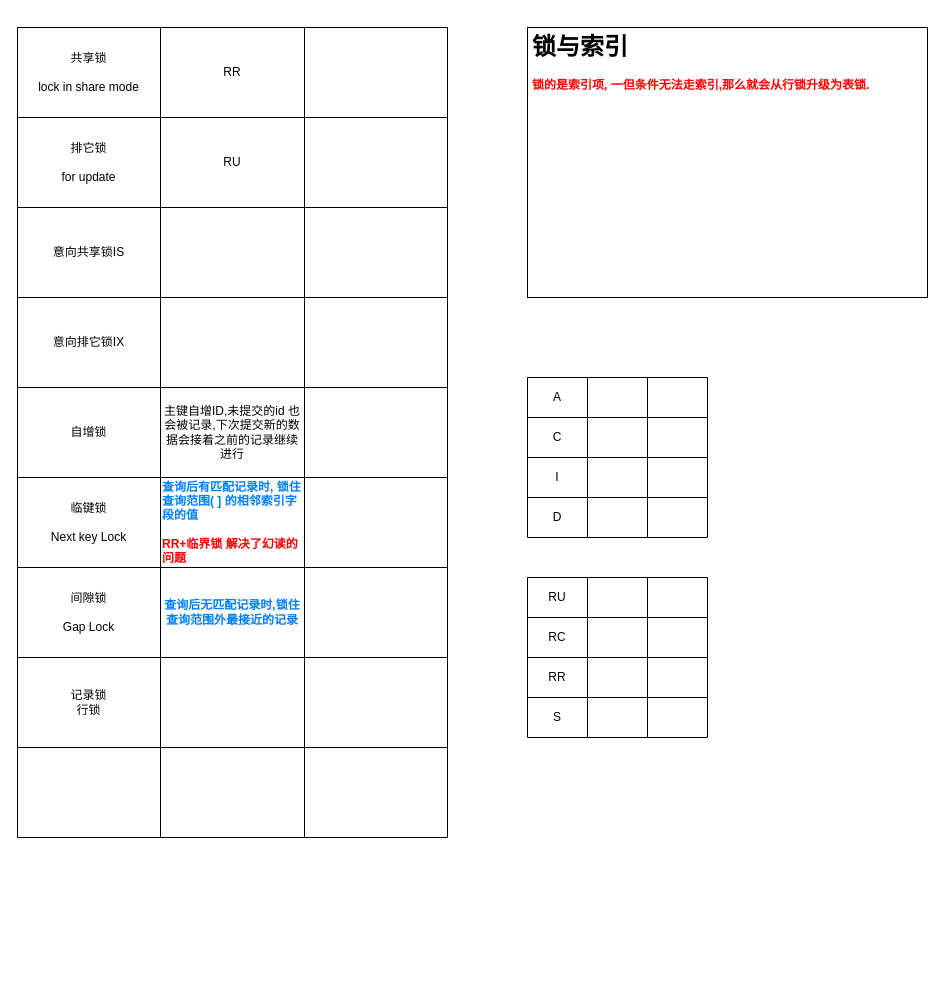
Before: page "事务与锁" (3 of 4) of Mysql.drawio in bayern01kahn/Tech_Diagrams, a draw.io diagram. Source tidied: cells renumbered, new cells numbered last; positions are measured from the earlier drawing's top-left corner, leaving out a move shared by most shapes. Both pictures are drawn from the tidied source at 100%, with x=0, y=0 at pixel (17, 27).
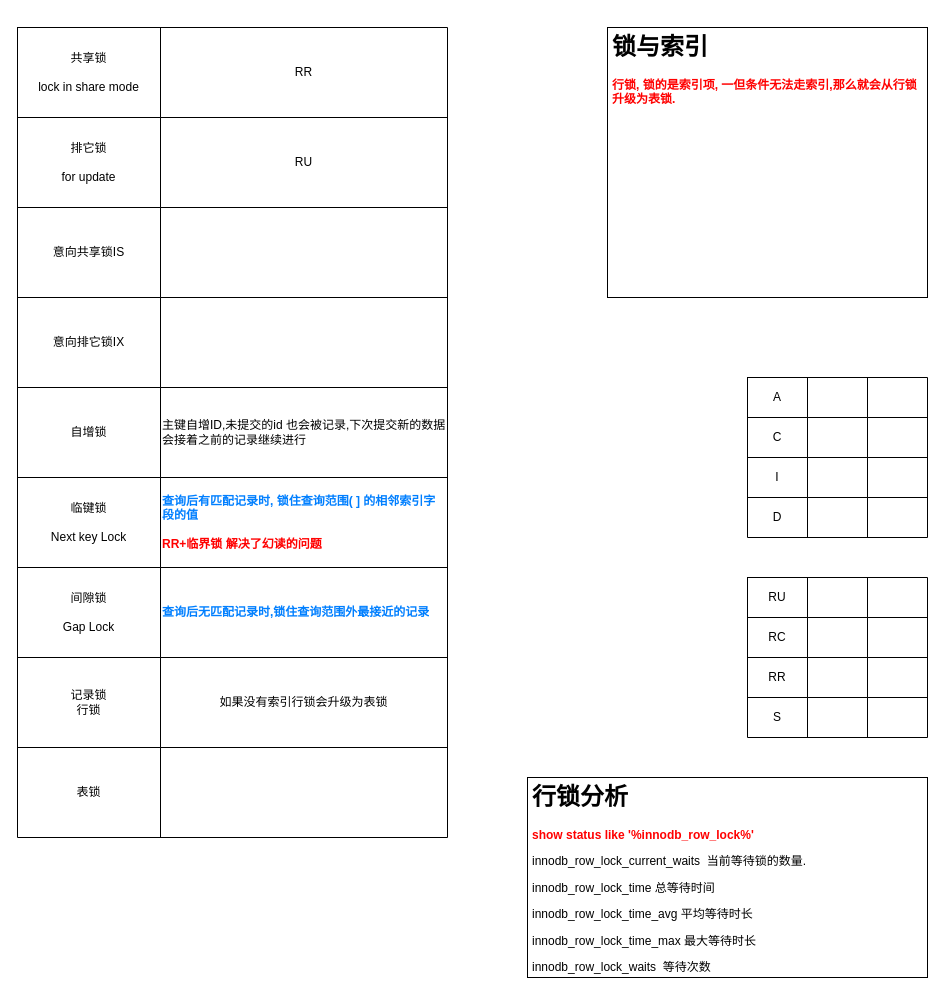
After the change.

Unchanged cells that the change refers to:
```xml
<mxCell id="3" style="shape=partialRectangle;html=1;whiteSpace=wrap;fillColor=none;top=0;left=0;bottom=0;right=0;" parent="2" vertex="1">
  <mxGeometry width="430" height="90" as="geometry" />
</mxCell>
<mxCell id="7" style="shape=partialRectangle;html=1;whiteSpace=wrap;fillColor=none;top=0;left=0;bottom=0;right=0;" parent="2" vertex="1">
  <mxGeometry y="90" width="430" height="90" as="geometry" />
</mxCell>
<mxCell id="11" style="shape=partialRectangle;html=1;whiteSpace=wrap;fillColor=none;top=0;left=0;bottom=0;right=0;" parent="2" vertex="1">
  <mxGeometry y="180" width="430" height="90" as="geometry" />
</mxCell>
<mxCell id="15" style="shape=partialRectangle;html=1;whiteSpace=wrap;fillColor=none;top=0;left=0;bottom=0;right=0;" parent="2" vertex="1">
  <mxGeometry y="270" width="430" height="90" as="geometry" />
</mxCell>
<mxCell id="19" style="shape=partialRectangle;html=1;whiteSpace=wrap;fillColor=none;top=0;left=0;bottom=0;right=0;" parent="2" vertex="1">
  <mxGeometry y="360" width="430" height="90" as="geometry" />
</mxCell>
<mxCell id="23" style="shape=partialRectangle;html=1;whiteSpace=wrap;fillColor=none;top=0;left=0;bottom=0;right=0;" parent="2" vertex="1">
  <mxGeometry y="450" width="430" height="90" as="geometry" />
</mxCell>
<mxCell id="27" style="shape=partialRectangle;html=1;whiteSpace=wrap;fillColor=none;top=0;left=0;bottom=0;right=0;" parent="2" vertex="1">
  <mxGeometry y="540" width="430" height="90" as="geometry" />
</mxCell>
<mxCell id="31" style="shape=partialRectangle;html=1;whiteSpace=wrap;fillColor=none;top=0;left=0;bottom=0;right=0;" parent="2" vertex="1">
  <mxGeometry y="630" width="430" height="90" as="geometry" />
</mxCell>
<mxCell id="35" style="shape=partialRectangle;html=1;whiteSpace=wrap;fillColor=none;top=0;left=0;bottom=0;right=0;" parent="2" vertex="1">
  <mxGeometry y="720" width="430" height="90" as="geometry" />
</mxCell>
```

What changed in the source:
```diff
@@
     <mxCell id="5" value="RR" style="shape=partialRectangle;html=1;whiteSpace=wrap;fillColor=none;top=0;left=0;bottom=0;right=0;overflow=hidden;" parent="3" vertex="1">
-      <mxGeometry x="143" width="144" height="90" as="geometry" />
+      <mxGeometry x="143" width="287" height="90" as="geometry" />
     </mxCell>
-    <mxCell id="6" style="shape=partialRectangle;html=1;whiteSpace=wrap;fillColor=none;top=0;left=0;bottom=0;right=0;overflow=hidden;" parent="3" vertex="1">
-      <mxGeometry x="287" width="143" height="90" as="geometry" />
-    </mxCell>
@@
     <mxCell id="9" value="RU" style="shape=partialRectangle;html=1;whiteSpace=wrap;fillColor=none;top=0;left=0;bottom=0;right=0;overflow=hidden;" parent="7" vertex="1">
-      <mxGeometry x="143" width="144" height="90" as="geometry" />
+      <mxGeometry x="143" width="287" height="90" as="geometry" />
     </mxCell>
-    <mxCell id="10" style="shape=partialRectangle;html=1;whiteSpace=wrap;fillColor=none;top=0;left=0;bottom=0;right=0;overflow=hidden;" parent="7" vertex="1">
-      <mxGeometry x="287" width="143" height="90" as="geometry" />
-    </mxCell>
@@
     <mxCell id="13" style="shape=partialRectangle;html=1;whiteSpace=wrap;fillColor=none;top=0;left=0;bottom=0;right=0;overflow=hidden;" parent="11" vertex="1">
-      <mxGeometry x="143" width="144" height="90" as="geometry" />
+      <mxGeometry x="143" width="287" height="90" as="geometry" />
     </mxCell>
-    <mxCell id="14" style="shape=partialRectangle;html=1;whiteSpace=wrap;fillColor=none;top=0;left=0;bottom=0;right=0;overflow=hidden;" parent="11" vertex="1">
-      <mxGeometry x="287" width="143" height="90" as="geometry" />
-    </mxCell>
@@
     <mxCell id="17" style="shape=partialRectangle;html=1;whiteSpace=wrap;fillColor=none;top=0;left=0;bottom=0;right=0;overflow=hidden;" parent="15" vertex="1">
-      <mxGeometry x="143" width="144" height="90" as="geometry" />
+      <mxGeometry x="143" width="287" height="90" as="geometry" />
     </mxCell>
-    <mxCell id="18" style="shape=partialRectangle;html=1;whiteSpace=wrap;fillColor=none;top=0;left=0;bottom=0;right=0;overflow=hidden;" parent="15" vertex="1">
-      <mxGeometry x="287" width="143" height="90" as="geometry" />
-    </mxCell>
@@
-    <mxCell id="21" value="主键自增ID,未提交的id 也会被记录,下次提交新的数据会接着之前的记录继续进行" style="shape=partialRectangle;html=1;whiteSpace=wrap;fillColor=none;top=0;left=0;bottom=0;right=0;overflow=hidden;" parent="19" vertex="1">
-      <mxGeometry x="143" width="144" height="90" as="geometry" />
+    <mxCell id="21" value="主键自增ID,未提交的id 也会被记录,下次提交新的数据会接着之前的记录继续进行" style="shape=partialRectangle;html=1;whiteSpace=wrap;fillColor=none;top=0;left=0;bottom=0;right=0;overflow=hidden;align=left;" parent="19" vertex="1">
+      <mxGeometry x="143" width="287" height="90" as="geometry" />
     </mxCell>
-    <mxCell id="22" style="shape=partialRectangle;html=1;whiteSpace=wrap;fillColor=none;top=0;left=0;bottom=0;right=0;overflow=hidden;" parent="19" vertex="1">
-      <mxGeometry x="287" width="143" height="90" as="geometry" />
-    </mxCell>
@@
     <mxCell id="25" value="&lt;font color=&quot;#007fff&quot;&gt;&lt;b&gt;查询后有匹配记录时, 锁住查询范围( ] 的相邻索引字段的值&lt;br&gt;&lt;/b&gt;&lt;/font&gt;&lt;br&gt;&lt;b&gt;&lt;font color=&quot;#ff0000&quot;&gt;RR+临界锁 解决了幻读的问题&lt;/font&gt;&lt;/b&gt;" style="shape=partialRectangle;html=1;whiteSpace=wrap;fillColor=none;top=0;left=0;bottom=0;right=0;overflow=hidden;align=left;" parent="23" vertex="1">
-      <mxGeometry x="143" width="144" height="90" as="geometry" />
+      <mxGeometry x="143" width="287" height="90" as="geometry" />
     </mxCell>
-    <mxCell id="26" style="shape=partialRectangle;html=1;whiteSpace=wrap;fillColor=none;top=0;left=0;bottom=0;right=0;overflow=hidden;" parent="23" vertex="1">
-      <mxGeometry x="287" width="143" height="90" as="geometry" />
-    </mxCell>
@@
-    <mxCell id="29" value="&lt;b&gt;&lt;font color=&quot;#007fff&quot;&gt;查询后无匹配记录时,锁住查询范围外最接近的记录&lt;/font&gt;&lt;/b&gt;" style="shape=partialRectangle;html=1;whiteSpace=wrap;fillColor=none;top=0;left=0;bottom=0;right=0;overflow=hidden;" parent="27" vertex="1">
-      <mxGeometry x="143" width="144" height="90" as="geometry" />
+    <mxCell id="29" value="&lt;b&gt;&lt;font color=&quot;#007fff&quot;&gt;查询后无匹配记录时,锁住查询范围外最接近的记录&lt;/font&gt;&lt;/b&gt;" style="shape=partialRectangle;html=1;whiteSpace=wrap;fillColor=none;top=0;left=0;bottom=0;right=0;overflow=hidden;align=left;" parent="27" vertex="1">
+      <mxGeometry x="143" width="287" height="90" as="geometry" />
     </mxCell>
-    <mxCell id="30" style="shape=partialRectangle;html=1;whiteSpace=wrap;fillColor=none;top=0;left=0;bottom=0;right=0;overflow=hidden;" parent="27" vertex="1">
-      <mxGeometry x="287" width="143" height="90" as="geometry" />
-    </mxCell>
@@
-    <mxCell id="33" style="shape=partialRectangle;html=1;whiteSpace=wrap;fillColor=none;top=0;left=0;bottom=0;right=0;overflow=hidden;" parent="31" vertex="1">
-      <mxGeometry x="143" width="144" height="90" as="geometry" />
+    <mxCell id="33" value="如果没有索引行锁会升级为表锁" style="shape=partialRectangle;html=1;whiteSpace=wrap;fillColor=none;top=0;left=0;bottom=0;right=0;overflow=hidden;" parent="31" vertex="1">
+      <mxGeometry x="143" width="287" height="90" as="geometry" />
     </mxCell>
-    <mxCell id="34" style="shape=partialRectangle;html=1;whiteSpace=wrap;fillColor=none;top=0;left=0;bottom=0;right=0;overflow=hidden;" parent="31" vertex="1">
-      <mxGeometry x="287" width="143" height="90" as="geometry" />
-    </mxCell>
@@
-    <mxCell id="36" style="shape=partialRectangle;html=1;whiteSpace=wrap;fillColor=none;top=0;left=0;bottom=0;right=0;overflow=hidden;" parent="35" vertex="1">
+    <mxCell id="36" value="表锁" style="shape=partialRectangle;html=1;whiteSpace=wrap;fillColor=none;top=0;left=0;bottom=0;right=0;overflow=hidden;" parent="35" vertex="1">
       <mxGeometry width="143" height="90" as="geometry" />
     </mxCell>
     <mxCell id="37" style="shape=partialRectangle;html=1;whiteSpace=wrap;fillColor=none;top=0;left=0;bottom=0;right=0;overflow=hidden;" parent="35" vertex="1">
-      <mxGeometry x="143" width="144" height="90" as="geometry" />
+      <mxGeometry x="143" width="287" height="90" as="geometry" />
     </mxCell>
-    <mxCell id="38" style="shape=partialRectangle;html=1;whiteSpace=wrap;fillColor=none;top=0;left=0;bottom=0;right=0;overflow=hidden;" parent="35" vertex="1">
-      <mxGeometry x="287" width="143" height="90" as="geometry" />
-    </mxCell>
-    <mxCell id="39" value="&lt;h1&gt;锁与索引&lt;/h1&gt;&lt;p&gt;&lt;b&gt;&lt;font color=&quot;#ff0000&quot;&gt;锁的是索引项, 一但条件无法走索引,那么就会从行锁升级为表锁.&lt;/font&gt;&lt;/b&gt;&lt;/p&gt;" style="text;html=1;spacing=5;spacingTop=-20;whiteSpace=wrap;overflow=hidden;rounded=0;fillColor=#ffffff;strokeColor=#000000;" parent="1" vertex="1">
-      <mxGeometry x="510" width="400" height="270" as="geometry" />
+    <mxCell id="39" value="&lt;h1&gt;锁与索引&lt;/h1&gt;&lt;p&gt;&lt;b&gt;&lt;font color=&quot;#ff0000&quot;&gt;行锁, 锁的是索引项, 一但条件无法走索引,那么就会从行锁升级为表锁.&lt;/font&gt;&lt;/b&gt;&lt;/p&gt;" style="text;html=1;spacing=5;spacingTop=-20;whiteSpace=wrap;overflow=hidden;rounded=0;fillColor=#ffffff;strokeColor=#000000;" parent="1" vertex="1">
+      <mxGeometry x="590" width="320" height="270" as="geometry" />
     </mxCell>
     <mxCell id="40" style="shape=table;html=1;whiteSpace=wrap;startSize=0;childLayout=tableLayout;strokeColor=#000000;fillColor=#ffffff;" parent="1" vertex="1">
-      <mxGeometry x="510" y="350" width="180" height="160" as="geometry" />
+      <mxGeometry x="730" y="350" width="180" height="160" as="geometry" />
     </mxCell>
@@
     <mxCell id="57" style="shape=table;html=1;whiteSpace=wrap;startSize=0;childLayout=tableLayout;strokeColor=#000000;fillColor=#ffffff;" parent="1" vertex="1">
-      <mxGeometry x="510" y="550" width="180" height="160" as="geometry" />
+      <mxGeometry x="730" y="550" width="180" height="160" as="geometry" />
     </mxCell>
@@
+    <mxCell id="74" value="&lt;h1&gt;行锁分析&lt;/h1&gt;&lt;p&gt;&lt;font color=&quot;#ff0000&quot;&gt;&lt;b&gt;show status like '%innodb_row_lock%'&lt;/b&gt;&lt;/font&gt;&lt;/p&gt;&lt;p&gt;&lt;span&gt;innodb_row_lock_current_waits&amp;nbsp; 当前等待锁的数量.&lt;/span&gt;&lt;br&gt;&lt;/p&gt;&lt;p&gt;innodb_row_lock_time 总等待时间&lt;span&gt;&lt;br&gt;&lt;/span&gt;&lt;/p&gt;&lt;p&gt;innodb_row_lock_time_avg 平均等待时长&lt;br&gt;&lt;/p&gt;&lt;p&gt;innodb_row_lock_time_max 最大等待时长&lt;br&gt;&lt;/p&gt;&lt;p&gt;innodb_row_lock_waits&amp;nbsp; 等待次数&lt;br&gt;&lt;/p&gt;&lt;p&gt;&lt;br&gt;&lt;/p&gt;&lt;p&gt;&lt;span&gt;&lt;br&gt;&lt;/span&gt;&lt;/p&gt;" style="text;html=1;spacing=5;spacingTop=-20;whiteSpace=wrap;overflow=hidden;rounded=0;align=left;fillColor=#ffffff;strokeColor=#000000;" parent="1" vertex="1">
+      <mxGeometry x="510" y="750" width="400" height="200" as="geometry" />
+    </mxCell>
```
